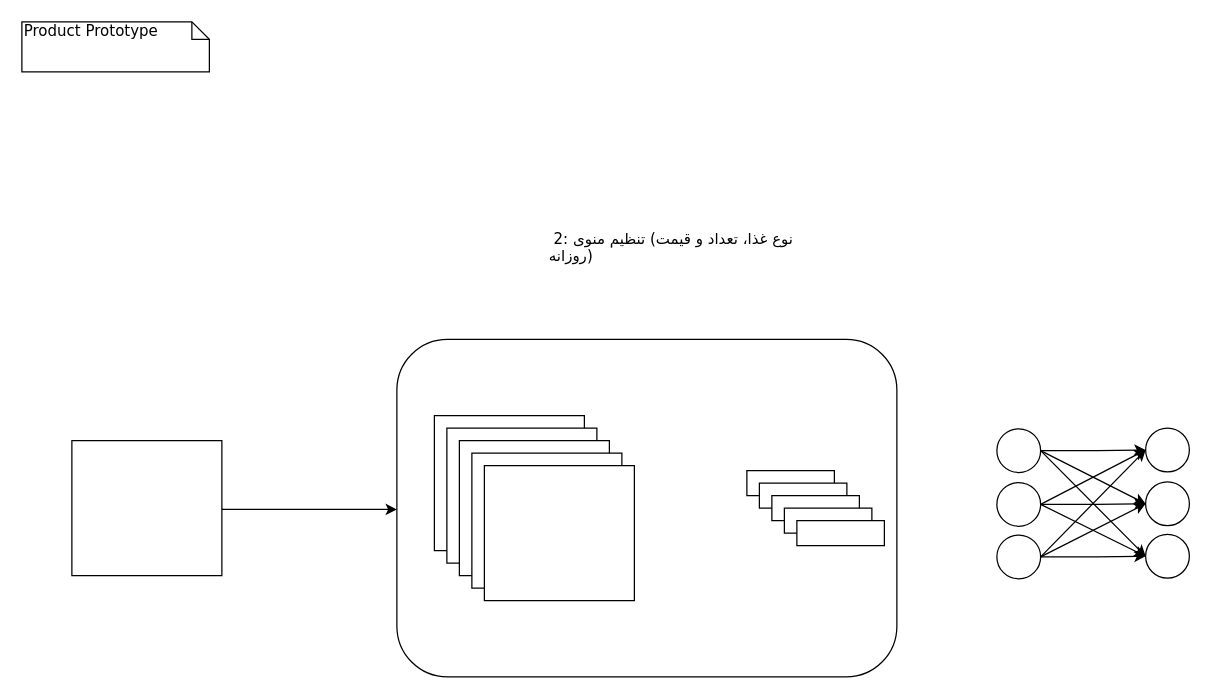
This is snowa.drawio from khoramian/AI-Challenge, a draw.io file, before an edit. Source tidied: cells renumbered, new cells numbered last; positions are measured from the earlier drawing's top-left corner, leaving out a move shared by most shapes. Both pictures are drawn from the tidied source at 125%, with x=0, y=0 at pixel (21, 21).
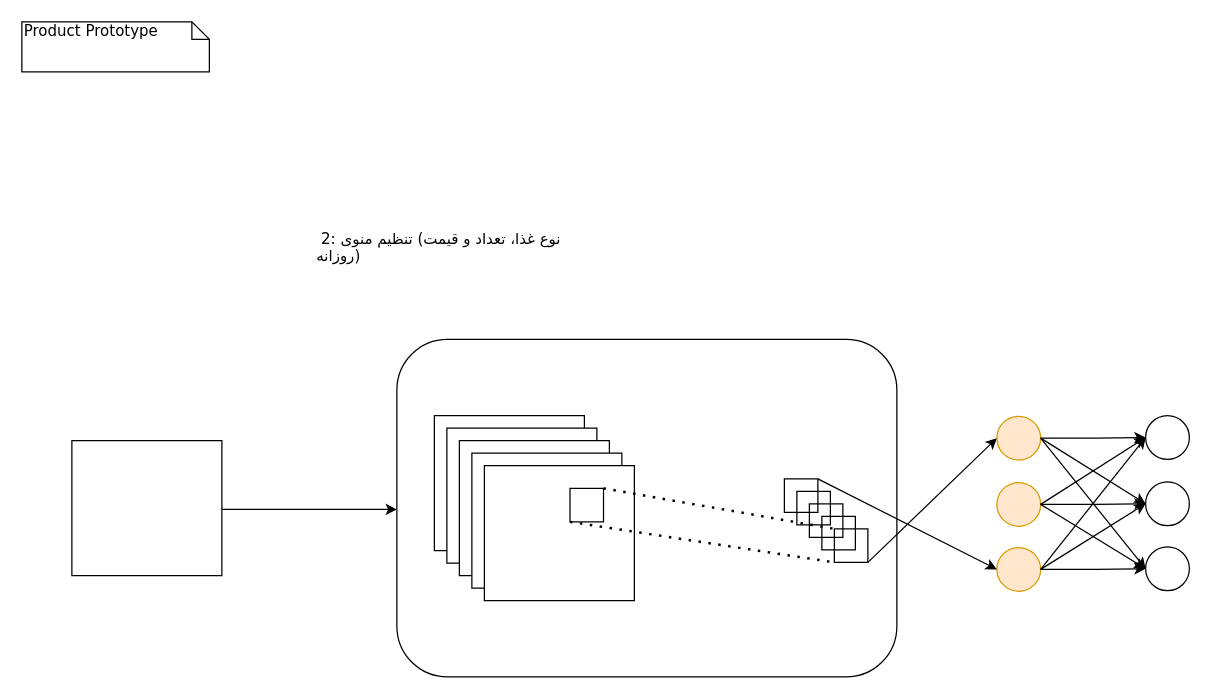
The same page after the edit.

The edit, as a diff of the source:
```diff
@@
+    <mxCell id="6" style="rounded=1;whiteSpace=wrap;html=1;fillColor=none;" parent="1" vertex="1">
+      <mxGeometry x="300" y="254" width="400" height="270" as="geometry" />
+    </mxCell>
     <mxCell id="2" value="&lt;span style=&quot;font-family: &amp;#34;verdana&amp;#34; ; text-align: center&quot;&gt;&amp;nbsp;2: نوع غذا، تعداد و قیمت)&amp;nbsp;&lt;/span&gt;&lt;span style=&quot;font-family: &amp;#34;verdana&amp;#34; ; text-align: center&quot;&gt;تنظیم منوی روزانه)&lt;/span&gt;" style="text;whiteSpace=wrap;html=1;" parent="1" vertex="1">
-      <mxGeometry x="420" y="160" width="216" height="30" as="geometry" />
+      <mxGeometry x="234" y="160" width="216" height="30" as="geometry" />
     </mxCell>
@@
-    <mxCell id="6" style="rounded=1;whiteSpace=wrap;html=1;fillColor=none;" parent="1" vertex="1">
-      <mxGeometry x="300" y="254" width="400" height="270" as="geometry" />
-    </mxCell>
-    <mxCell id="7" style="rounded=0;whiteSpace=wrap;html=1;" parent="1" vertex="1">
-      <mxGeometry x="580" y="359" width="70" height="20" as="geometry" />
-    </mxCell>
@@
-    <mxCell id="13" style="rounded=0;whiteSpace=wrap;html=1;" parent="1" vertex="1">
-      <mxGeometry x="590" y="369" width="70" height="20" as="geometry" />
-    </mxCell>
-    <mxCell id="14" style="rounded=0;whiteSpace=wrap;html=1;" parent="1" vertex="1">
-      <mxGeometry x="600" y="379" width="70" height="20" as="geometry" />
-    </mxCell>
-    <mxCell id="15" style="rounded=0;whiteSpace=wrap;html=1;" parent="1" vertex="1">
-      <mxGeometry x="610" y="389" width="70" height="20" as="geometry" />
-    </mxCell>
-    <mxCell id="16" style="rounded=0;whiteSpace=wrap;html=1;" parent="1" vertex="1">
-      <mxGeometry x="620" y="399" width="70" height="20" as="geometry" />
-    </mxCell>
-    <mxCell id="17" style="ellipse;whiteSpace=wrap;html=1;" parent="1" vertex="1">
-      <mxGeometry x="780" y="325.5" width="35" height="35" as="geometry" />
+    <mxCell id="17" style="ellipse;whiteSpace=wrap;html=1;fillColor=#ffe6cc;strokeColor=#d79b00;" parent="1" vertex="1">
+      <mxGeometry x="780" y="315.5" width="35" height="35" as="geometry" />
     </mxCell>
-    <mxCell id="18" style="ellipse;whiteSpace=wrap;html=1;" parent="1" vertex="1">
-      <mxGeometry x="780" y="410.5" width="35" height="35" as="geometry" />
+    <mxCell id="18" style="ellipse;whiteSpace=wrap;html=1;fillColor=#ffe6cc;strokeColor=#d79b00;" parent="1" vertex="1">
+      <mxGeometry x="780" y="420.5" width="35" height="35" as="geometry" />
     </mxCell>
-    <mxCell id="19" style="ellipse;whiteSpace=wrap;html=1;" parent="1" vertex="1">
+    <mxCell id="19" style="ellipse;whiteSpace=wrap;html=1;fillColor=#ffe6cc;strokeColor=#d79b00;" parent="1" vertex="1">
       <mxGeometry x="780" y="368.5" width="35" height="35" as="geometry" />
     </mxCell>
     <mxCell id="20" style="ellipse;whiteSpace=wrap;html=1;" parent="1" vertex="1">
-      <mxGeometry x="899" y="325" width="35" height="35" as="geometry" />
+      <mxGeometry x="899" y="315" width="35" height="35" as="geometry" />
     </mxCell>
     <mxCell id="21" style="ellipse;whiteSpace=wrap;html=1;" parent="1" vertex="1">
-      <mxGeometry x="899" y="410" width="35" height="35" as="geometry" />
+      <mxGeometry x="899" y="420" width="35" height="35" as="geometry" />
     </mxCell>
@@
     <mxCell id="23" style="edgeStyle=orthogonalEdgeStyle;rounded=0;jettySize=auto;html=1;exitX=1;exitY=0.5;exitDx=0;exitDy=0;entryX=0;entryY=0.5;entryDx=0;entryDy=0;" parent="1" edge="1" source="17" target="20">
       <mxGeometry relative="1" as="geometry">
         <Array as="points">
-          <mxPoint x="860" y="343" />
-          <mxPoint x="860" y="343" />
+          <mxPoint x="860" y="333" />
+          <mxPoint x="860" y="333" />
         </Array>
       </mxGeometry>
     </mxCell>
@@
     <mxCell id="25" style="edgeStyle=orthogonalEdgeStyle;rounded=0;jettySize=auto;html=1;exitX=1;exitY=0.5;exitDx=0;exitDy=0;entryX=0;entryY=0.5;entryDx=0;entryDy=0;" parent="1" edge="1" source="18" target="21">
       <mxGeometry relative="1" as="geometry">
         <Array as="points">
-          <mxPoint x="860" y="428" />
-          <mxPoint x="860" y="428" />
+          <mxPoint x="860" y="438" />
+          <mxPoint x="860" y="438" />
         </Array>
       </mxGeometry>
     </mxCell>
@@
+    <mxCell id="32" style="whiteSpace=wrap;html=1;fillColor=none;" parent="1" vertex="1">
+      <mxGeometry x="438.5" y="373.2" width="26.8" height="26.8" as="geometry" />
+    </mxCell>
+    <mxCell id="33" style="endArrow=none;dashed=1;html=1;dashPattern=1 3;strokeWidth=2;rounded=0;exitX=1;exitY=0;exitDx=0;exitDy=0;entryX=0;entryY=0;entryDx=0;entryDy=0;" parent="1" edge="1" source="32" target="38">
+      <mxGeometry relative="1" as="geometry" />
+    </mxCell>
+    <mxCell id="34" style="whiteSpace=wrap;html=1;fillColor=none;" parent="1" vertex="1">
+      <mxGeometry x="610" y="365.6" width="26.8" height="26.8" as="geometry" />
+    </mxCell>
+    <mxCell id="35" style="whiteSpace=wrap;html=1;fillColor=none;" parent="1" vertex="1">
+      <mxGeometry x="620" y="375.6" width="26.8" height="26.8" as="geometry" />
+    </mxCell>
+    <mxCell id="36" style="whiteSpace=wrap;html=1;fillColor=none;" parent="1" vertex="1">
+      <mxGeometry x="630" y="385.6" width="26.8" height="26.8" as="geometry" />
+    </mxCell>
+    <mxCell id="37" style="whiteSpace=wrap;html=1;fillColor=none;" parent="1" vertex="1">
+      <mxGeometry x="640" y="395.6" width="26.8" height="26.8" as="geometry" />
+    </mxCell>
+    <mxCell id="38" style="whiteSpace=wrap;html=1;fillColor=none;" parent="1" vertex="1">
+      <mxGeometry x="650" y="405.6" width="26.8" height="26.8" as="geometry" />
+    </mxCell>
+    <mxCell id="39" style="endArrow=none;dashed=1;html=1;dashPattern=1 3;strokeWidth=2;rounded=0;exitX=0;exitY=1;exitDx=0;exitDy=0;entryX=0;entryY=1;entryDx=0;entryDy=0;" parent="1" edge="1" source="32" target="38">
+      <mxGeometry relative="1" as="geometry" />
+    </mxCell>
+    <mxCell id="40" style="endArrow=classic;html=1;rounded=0;entryX=0;entryY=0.5;entryDx=0;entryDy=0;exitX=1;exitY=1;exitDx=0;exitDy=0;" parent="1" edge="1" source="38" target="17">
+      <mxGeometry relative="1" as="geometry" />
+    </mxCell>
+    <mxCell id="41" style="endArrow=classic;html=1;rounded=0;exitX=1;exitY=0;exitDx=0;exitDy=0;entryX=0;entryY=0.5;entryDx=0;entryDy=0;" parent="1" edge="1" source="34" target="18">
+      <mxGeometry relative="1" as="geometry" />
+    </mxCell>
```
